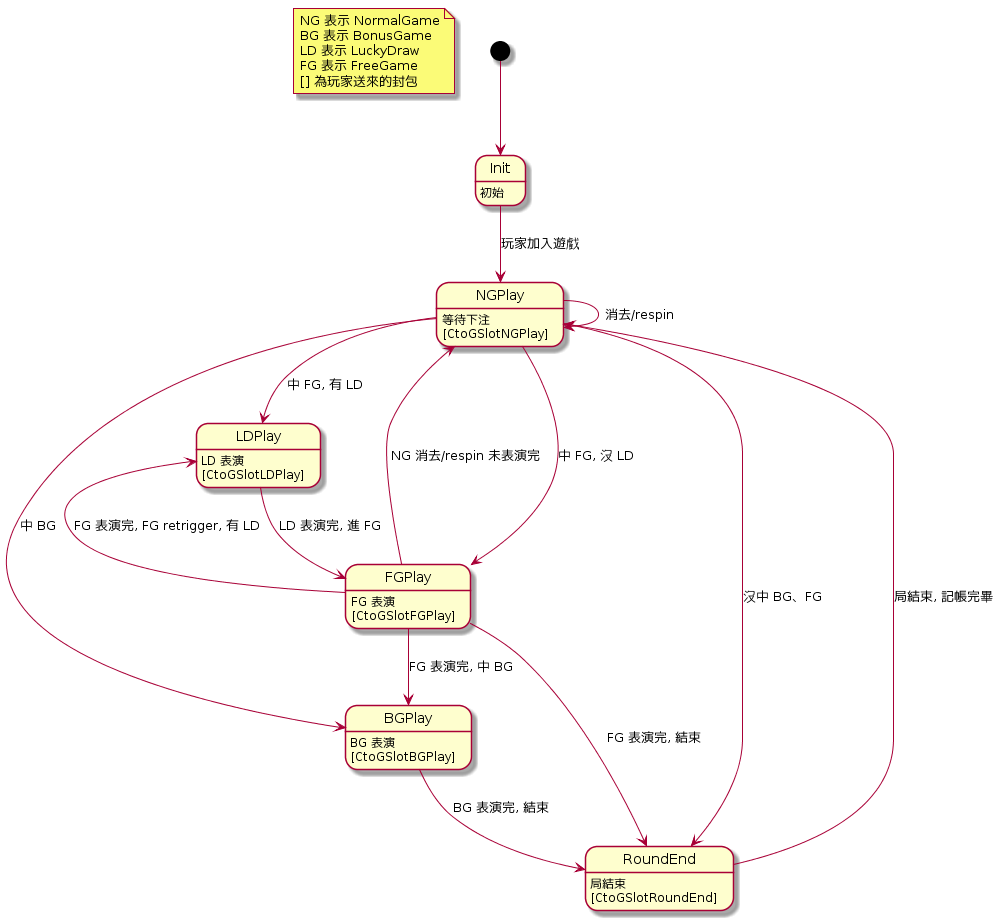
s9256001/digame keeps this PlantUML diagram as slot/RoomState.png. Above is the earlier version.
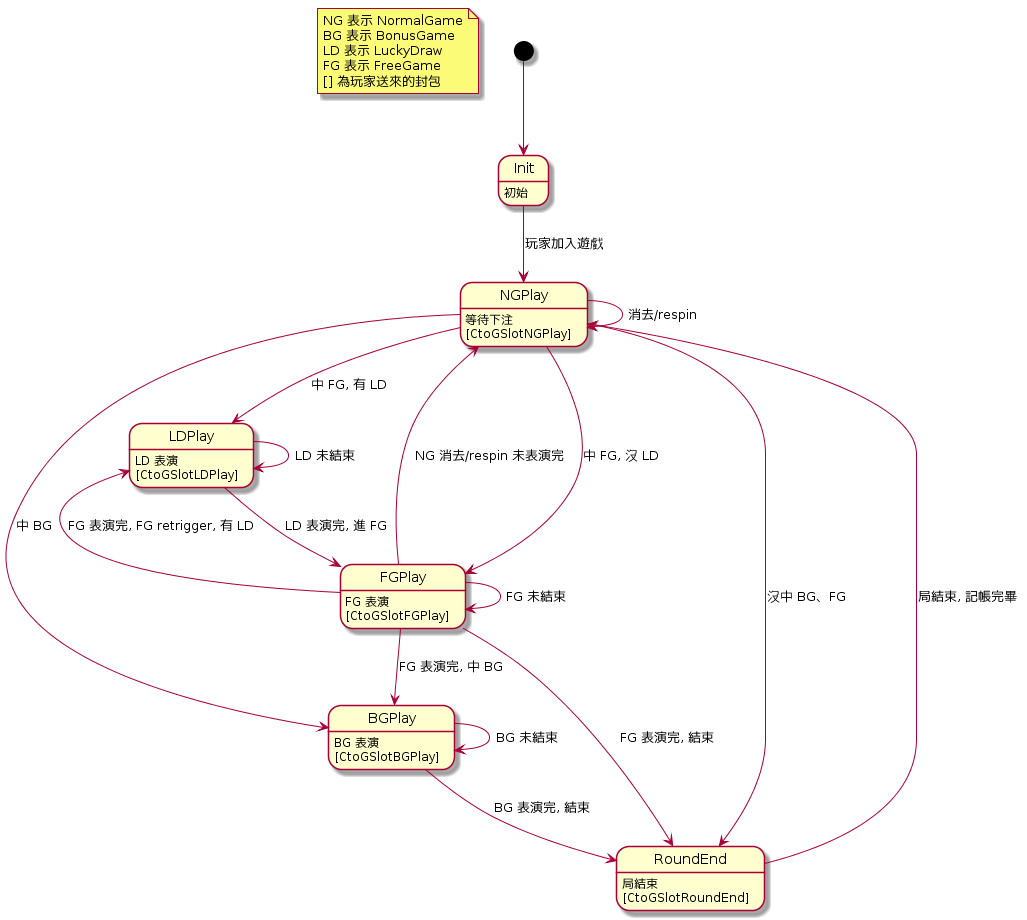
After the commit.

Change to the diagram source:
```diff
@@ -17,10 +17,13 @@
 NGPlay --> FGPlay : 中 FG, 沒 LD
 FGPlay --> NGPlay : NG 消去/respin 未表演完
 
+BGPlay --> BGPlay : BG 未結束
 BGPlay --> RoundEnd : BG 表演完, 結束
 
+LDPlay --> LDPlay : LD 未結束
 LDPlay --> FGPlay : LD 表演完, 進 FG
 
+FGPlay --> FGPlay : FG 未結束
 FGPlay --> LDPlay : FG 表演完, FG retrigger, 有 LD
 FGPlay --> BGPlay : FG 表演完, 中 BG
 FGPlay --> RoundEnd : FG 表演完, 結束
```
